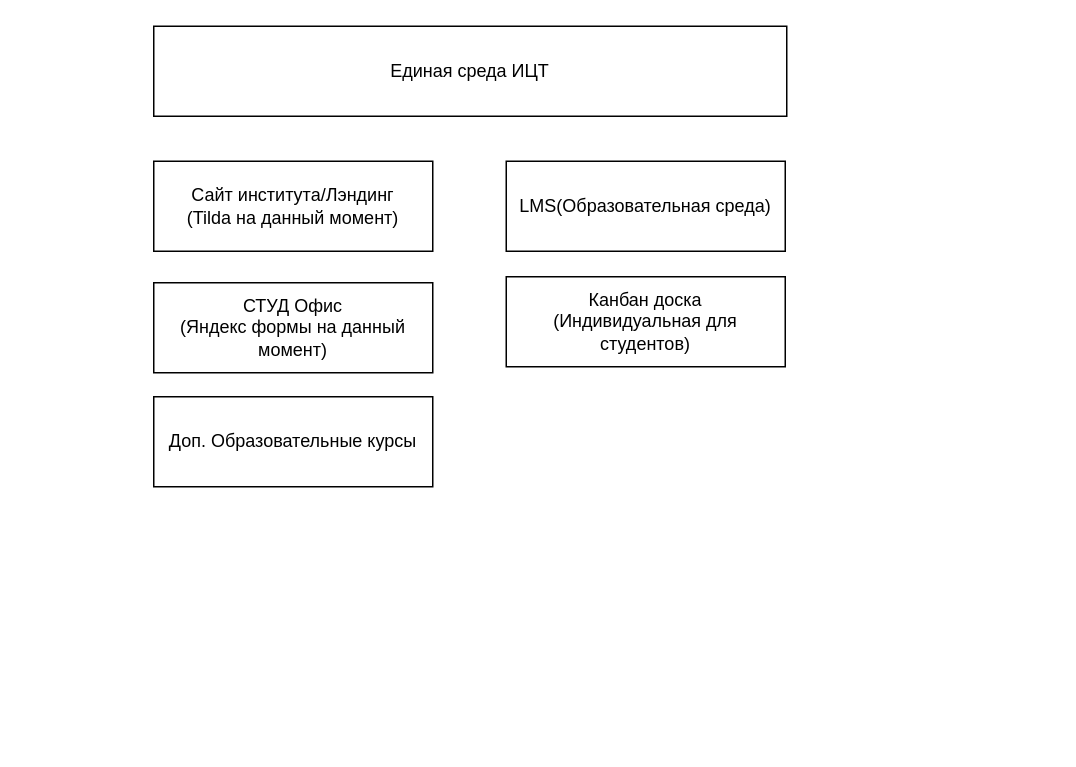
Above: Untitled Diagram.drawio in timaracov/timaracov (draw.io), before the change. Source tidied: cells renumbered, new cells numbered last; positions are measured from the earlier drawing's top-left corner, leaving out a move shared by most shapes. Both pictures are drawn from the tidied source at 150%, with x=0, y=0 at pixel (153, 26).
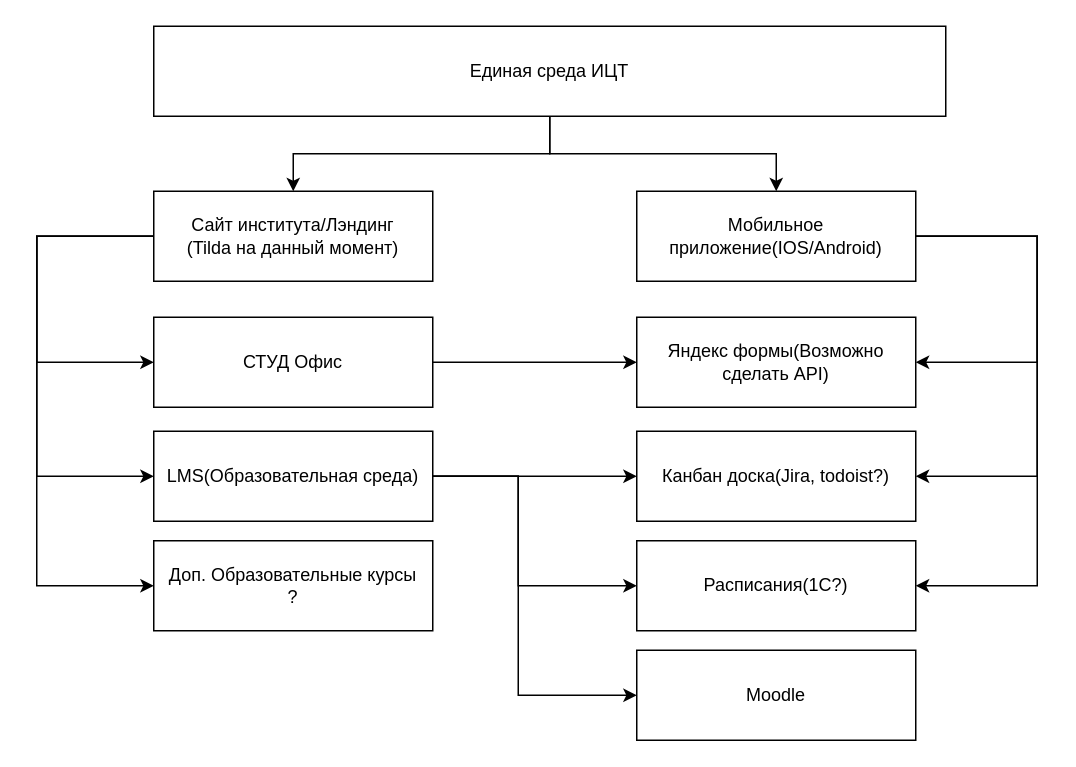
After the change.

What changed in the source:
```diff
@@
+    <mxCell id="8" style="edgeStyle=orthogonalEdgeStyle;rounded=0;jettySize=auto;html=1;exitX=0;exitY=0.5;exitDx=0;exitDy=0;entryX=0;entryY=0.5;entryDx=0;entryDy=0;" parent="1" edge="1" source="2" target="5">
+      <mxGeometry relative="1" as="geometry">
+        <Array as="points">
+          <mxPoint x="-78" y="140" />
+          <mxPoint x="-78" y="224" />
+        </Array>
+      </mxGeometry>
+    </mxCell>
+    <mxCell id="9" style="edgeStyle=orthogonalEdgeStyle;rounded=0;jettySize=auto;html=1;exitX=0;exitY=0.5;exitDx=0;exitDy=0;entryX=0;entryY=0.5;entryDx=0;entryDy=0;" parent="1" edge="1" source="2" target="3">
+      <mxGeometry relative="1" as="geometry">
+        <Array as="points">
+          <mxPoint x="-78" y="140" />
+          <mxPoint x="-78" y="300" />
+        </Array>
+      </mxGeometry>
+    </mxCell>
+    <mxCell id="10" style="edgeStyle=orthogonalEdgeStyle;rounded=0;jettySize=auto;html=1;exitX=0;exitY=0.5;exitDx=0;exitDy=0;entryX=0;entryY=0.5;entryDx=0;entryDy=0;" parent="1" edge="1" source="2" target="7">
+      <mxGeometry relative="1" as="geometry">
+        <Array as="points">
+          <mxPoint x="-78" y="140" />
+          <mxPoint x="-78" y="373" />
+        </Array>
+      </mxGeometry>
+    </mxCell>
     <mxCell id="2" value="Сайт института/Лэндинг&lt;br&gt;(Tilda на данный момент)" style="rounded=0;whiteSpace=wrap;html=1;" parent="1" vertex="1">
-      <mxGeometry y="90" width="186" height="60" as="geometry" />
+      <mxGeometry y="110" width="186" height="60" as="geometry" />
     </mxCell>
+    <mxCell id="11" style="edgeStyle=orthogonalEdgeStyle;rounded=0;jettySize=auto;html=1;exitX=1;exitY=0.5;exitDx=0;exitDy=0;entryX=0;entryY=0.5;entryDx=0;entryDy=0;" parent="1" edge="1" source="3" target="4">
+      <mxGeometry relative="1" as="geometry" />
+    </mxCell>
+    <mxCell id="12" style="edgeStyle=orthogonalEdgeStyle;rounded=0;jettySize=auto;html=1;exitX=1;exitY=0.5;exitDx=0;exitDy=0;entryX=0;entryY=0.5;entryDx=0;entryDy=0;" parent="1" edge="1" source="3" target="23">
+      <mxGeometry relative="1" as="geometry">
+        <Array as="points">
+          <mxPoint x="243" y="300" />
+          <mxPoint x="243" y="446" />
+        </Array>
+      </mxGeometry>
+    </mxCell>
+    <mxCell id="13" style="edgeStyle=orthogonalEdgeStyle;rounded=0;jettySize=auto;html=1;exitX=1;exitY=0.5;exitDx=0;exitDy=0;entryX=0;entryY=0.5;entryDx=0;entryDy=0;" parent="1" edge="1" source="3" target="21">
+      <mxGeometry relative="1" as="geometry">
+        <Array as="points">
+          <mxPoint x="243" y="300" />
+          <mxPoint x="243" y="373" />
+        </Array>
+      </mxGeometry>
+    </mxCell>
     <mxCell id="3" value="LMS(Образовательная среда)" style="rounded=0;whiteSpace=wrap;html=1;" parent="1" vertex="1">
-      <mxGeometry x="235" y="90" width="186" height="60" as="geometry" />
+      <mxGeometry y="270" width="186" height="60" as="geometry" />
     </mxCell>
-    <mxCell id="4" value="&lt;div&gt;Канбан доска&lt;/div&gt;&lt;div&gt;(Индивидуальная для студентов)&lt;/div&gt;" style="rounded=0;whiteSpace=wrap;html=1;" parent="1" vertex="1">
-      <mxGeometry x="235" y="167" width="186" height="60" as="geometry" />
+    <mxCell id="4" value="&lt;div&gt;Канбан доска(Jira, todoist?)&lt;/div&gt;" style="rounded=0;whiteSpace=wrap;html=1;" parent="1" vertex="1">
+      <mxGeometry x="322" y="270" width="186" height="60" as="geometry" />
     </mxCell>
+    <mxCell id="14" style="edgeStyle=orthogonalEdgeStyle;rounded=0;jettySize=auto;html=1;exitX=1;exitY=0.5;exitDx=0;exitDy=0;" parent="1" edge="1" source="5" target="22">
+      <mxGeometry relative="1" as="geometry" />
+    </mxCell>
-    <mxCell id="5" value="СТУД Офис&lt;br&gt;(Яндекс формы на данный момент)" style="rounded=0;whiteSpace=wrap;html=1;" parent="1" vertex="1">
-      <mxGeometry y="171" width="186" height="60" as="geometry" />
+    <mxCell id="5" value="СТУД Офис&lt;br&gt;" style="rounded=0;whiteSpace=wrap;html=1;" parent="1" vertex="1">
+      <mxGeometry y="194" width="186" height="60" as="geometry" />
     </mxCell>
+    <mxCell id="15" style="edgeStyle=orthogonalEdgeStyle;rounded=0;jettySize=auto;html=1;exitX=0.5;exitY=1;exitDx=0;exitDy=0;entryX=0.5;entryY=0;entryDx=0;entryDy=0;" parent="1" edge="1" source="6" target="2">
+      <mxGeometry relative="1" as="geometry" />
+    </mxCell>
+    <mxCell id="16" style="edgeStyle=orthogonalEdgeStyle;rounded=0;jettySize=auto;html=1;exitX=0.5;exitY=1;exitDx=0;exitDy=0;entryX=0.5;entryY=0;entryDx=0;entryDy=0;" parent="1" edge="1" source="6" target="20">
+      <mxGeometry relative="1" as="geometry" />
+    </mxCell>
     <mxCell id="6" value="Единая среда ИЦТ" style="rounded=0;whiteSpace=wrap;html=1;" parent="1" vertex="1">
-      <mxGeometry width="422" height="60" as="geometry" />
+      <mxGeometry width="528" height="60" as="geometry" />
     </mxCell>
-    <mxCell id="7" value="Доп. Образовательные курсы" style="rounded=0;whiteSpace=wrap;html=1;" parent="1" vertex="1">
-      <mxGeometry y="247" width="186" height="60" as="geometry" />
+    <mxCell id="7" value="&lt;div&gt;Доп. Образовательные курсы&lt;/div&gt;&lt;div&gt;?&lt;br&gt;&lt;/div&gt;" style="rounded=0;whiteSpace=wrap;html=1;" parent="1" vertex="1">
+      <mxGeometry y="343" width="186" height="60" as="geometry" />
     </mxCell>
+    <mxCell id="17" style="edgeStyle=orthogonalEdgeStyle;rounded=0;jettySize=auto;html=1;exitX=1;exitY=0.5;exitDx=0;exitDy=0;entryX=1;entryY=0.5;entryDx=0;entryDy=0;" parent="1" edge="1" source="20" target="22">
+      <mxGeometry relative="1" as="geometry">
+        <Array as="points">
+          <mxPoint x="589" y="140" />
+          <mxPoint x="589" y="224" />
+        </Array>
+      </mxGeometry>
+    </mxCell>
+    <mxCell id="18" style="edgeStyle=orthogonalEdgeStyle;rounded=0;jettySize=auto;html=1;exitX=1;exitY=0.5;exitDx=0;exitDy=0;entryX=1;entryY=0.5;entryDx=0;entryDy=0;" parent="1" edge="1" source="20" target="4">
+      <mxGeometry relative="1" as="geometry">
+        <Array as="points">
+          <mxPoint x="589" y="140" />
+          <mxPoint x="589" y="300" />
+        </Array>
+      </mxGeometry>
+    </mxCell>
+    <mxCell id="19" style="edgeStyle=orthogonalEdgeStyle;rounded=0;jettySize=auto;html=1;exitX=1;exitY=0.5;exitDx=0;exitDy=0;entryX=1;entryY=0.5;entryDx=0;entryDy=0;" parent="1" edge="1" source="20" target="21">
+      <mxGeometry relative="1" as="geometry">
+        <Array as="points">
+          <mxPoint x="589" y="140" />
+          <mxPoint x="589" y="373" />
+        </Array>
+      </mxGeometry>
+    </mxCell>
+    <mxCell id="20" value="Мобильное приложение(IOS/Android)" style="rounded=0;whiteSpace=wrap;html=1;" parent="1" vertex="1">
+      <mxGeometry x="322" y="110" width="186" height="60" as="geometry" />
+    </mxCell>
+    <mxCell id="21" value="Расписания(1С?)" style="rounded=0;whiteSpace=wrap;html=1;" parent="1" vertex="1">
+      <mxGeometry x="322" y="343" width="186" height="60" as="geometry" />
+    </mxCell>
+    <mxCell id="22" value="Яндекс формы(Возможно сделать API) " style="rounded=0;whiteSpace=wrap;html=1;" parent="1" vertex="1">
+      <mxGeometry x="322" y="194" width="186" height="60" as="geometry" />
+    </mxCell>
+    <mxCell id="23" value="Moodle" style="rounded=0;whiteSpace=wrap;html=1;" parent="1" vertex="1">
+      <mxGeometry x="322" y="416" width="186" height="60" as="geometry" />
+    </mxCell>
```
